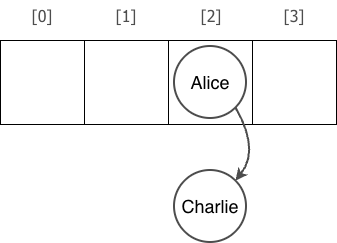
This is data_structures/chaining.png from lgreco/images, a draw.io export, as it was before one commit. Source tidied: cells renumbered, new cells last; positions are measured from the earlier drawing's top-left corner, leaving out a move shared by most shapes. Source of this version:
```xml
<mxGraphModel>
  <root>
    <mxCell id="0" />
    <mxCell id="1" parent="0" />
    <mxCell id="2" style="whiteSpace=wrap;html=1;fillColor=none;strokeWidth=1;" parent="1" vertex="1">
      <mxGeometry y="40" width="84" height="84" as="geometry" />
    </mxCell>
    <mxCell id="3" value="Charlie" style="ellipse;whiteSpace=wrap;html=1;fontSize=18;strokeWidth=2;strokeColor=#4D4D4D;" parent="1" vertex="1">
      <mxGeometry x="174" y="170" width="72" height="72" as="geometry" />
    </mxCell>
    <mxCell id="4" style="whiteSpace=wrap;html=1;fillColor=none;strokeWidth=1;" parent="1" vertex="1">
      <mxGeometry x="84" y="40" width="84" height="84" as="geometry" />
    </mxCell>
    <mxCell id="5" style="whiteSpace=wrap;html=1;fillColor=none;strokeWidth=1;" parent="1" vertex="1">
      <mxGeometry x="168" y="40" width="84" height="84" as="geometry" />
    </mxCell>
    <mxCell id="6" style="whiteSpace=wrap;html=1;fillColor=none;strokeWidth=1;" parent="1" vertex="1">
      <mxGeometry x="252" y="40" width="84" height="84" as="geometry" />
    </mxCell>
    <mxCell id="7" value="[0]" style="text;html=1;whiteSpace=wrap;strokeColor=none;fillColor=none;align=center;verticalAlign=middle;rounded=0;fontFamily=Tahoma;fontSize=16;fontColor=#4D4D4D;" parent="1" vertex="1">
      <mxGeometry x="12" width="60" height="30" as="geometry" />
    </mxCell>
    <mxCell id="8" value="[1]" style="text;html=1;whiteSpace=wrap;strokeColor=none;fillColor=none;align=center;verticalAlign=middle;rounded=0;fontFamily=Tahoma;fontSize=16;fontColor=#4D4D4D;" parent="1" vertex="1">
      <mxGeometry x="96" width="60" height="30" as="geometry" />
    </mxCell>
    <mxCell id="9" value="[2]" style="text;html=1;whiteSpace=wrap;strokeColor=none;fillColor=none;align=center;verticalAlign=middle;rounded=0;fontFamily=Tahoma;fontSize=16;fontColor=#4D4D4D;" parent="1" vertex="1">
      <mxGeometry x="181" width="60" height="30" as="geometry" />
    </mxCell>
    <mxCell id="10" value="[3]" style="text;html=1;whiteSpace=wrap;strokeColor=none;fillColor=none;align=center;verticalAlign=middle;rounded=0;fontFamily=Tahoma;fontSize=16;fontColor=#4D4D4D;" parent="1" vertex="1">
      <mxGeometry x="264" width="60" height="30" as="geometry" />
    </mxCell>
    <mxCell id="11" value="Alice" style="ellipse;whiteSpace=wrap;html=1;fontSize=18;strokeWidth=2;strokeColor=#4D4D4D;" parent="1" vertex="1">
      <mxGeometry x="174" y="46" width="72" height="72" as="geometry" />
    </mxCell>
    <mxCell id="12" style="endArrow=classic;html=1;rounded=0;exitX=1;exitY=1;exitDx=0;exitDy=0;entryX=1;entryY=0;entryDx=0;entryDy=0;curved=1;strokeWidth=2;strokeColor=#4D4D4D;" parent="1" edge="1" source="11" target="3">
      <mxGeometry relative="1" as="geometry">
        <Array as="points">
          <mxPoint x="260" y="150" />
        </Array>
      </mxGeometry>
    </mxCell>
  </root>
</mxGraphModel>
```
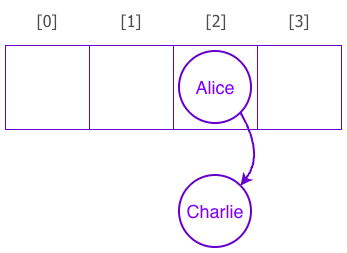
After the commit.

Change to the diagram source:
```diff
@@ -2,19 +2,19 @@
   <root>
     <mxCell id="0" />
     <mxCell id="1" parent="0" />
-    <mxCell id="2" style="whiteSpace=wrap;html=1;fillColor=none;strokeWidth=1;" parent="1" vertex="1">
+    <mxCell id="2" style="whiteSpace=wrap;html=1;fillColor=none;strokeWidth=1;strokeColor=#6600CC;" parent="1" vertex="1">
       <mxGeometry y="40" width="84" height="84" as="geometry" />
     </mxCell>
-    <mxCell id="3" value="Charlie" style="ellipse;whiteSpace=wrap;html=1;fontSize=18;strokeWidth=2;strokeColor=#4D4D4D;" parent="1" vertex="1">
+    <mxCell id="3" value="Charlie" style="ellipse;whiteSpace=wrap;html=1;fontSize=18;strokeWidth=2;strokeColor=#6600CC;fontColor=#7F00FF;" parent="1" vertex="1">
       <mxGeometry x="174" y="170" width="72" height="72" as="geometry" />
     </mxCell>
-    <mxCell id="4" style="whiteSpace=wrap;html=1;fillColor=none;strokeWidth=1;" parent="1" vertex="1">
+    <mxCell id="4" style="whiteSpace=wrap;html=1;fillColor=none;strokeWidth=1;strokeColor=#6600CC;" parent="1" vertex="1">
       <mxGeometry x="84" y="40" width="84" height="84" as="geometry" />
     </mxCell>
-    <mxCell id="5" style="whiteSpace=wrap;html=1;fillColor=none;strokeWidth=1;" parent="1" vertex="1">
+    <mxCell id="5" style="whiteSpace=wrap;html=1;fillColor=none;strokeWidth=1;strokeColor=#6600CC;" parent="1" vertex="1">
       <mxGeometry x="168" y="40" width="84" height="84" as="geometry" />
     </mxCell>
-    <mxCell id="6" style="whiteSpace=wrap;html=1;fillColor=none;strokeWidth=1;" parent="1" vertex="1">
+    <mxCell id="6" style="whiteSpace=wrap;html=1;fillColor=none;strokeWidth=1;strokeColor=#6600CC;" parent="1" vertex="1">
       <mxGeometry x="252" y="40" width="84" height="84" as="geometry" />
     </mxCell>
     <mxCell id="7" value="[0]" style="text;html=1;whiteSpace=wrap;strokeColor=none;fillColor=none;align=center;verticalAlign=middle;rounded=0;fontFamily=Tahoma;fontSize=16;fontColor=#4D4D4D;" parent="1" vertex="1">
@@ -29,10 +29,10 @@
     <mxCell id="10" value="[3]" style="text;html=1;whiteSpace=wrap;strokeColor=none;fillColor=none;align=center;verticalAlign=middle;rounded=0;fontFamily=Tahoma;fontSize=16;fontColor=#4D4D4D;" parent="1" vertex="1">
       <mxGeometry x="264" width="60" height="30" as="geometry" />
     </mxCell>
-    <mxCell id="11" value="Alice" style="ellipse;whiteSpace=wrap;html=1;fontSize=18;strokeWidth=2;strokeColor=#4D4D4D;" parent="1" vertex="1">
+    <mxCell id="11" value="Alice" style="ellipse;whiteSpace=wrap;html=1;fontSize=18;strokeWidth=2;strokeColor=#6600CC;fontColor=#7F00FF;" parent="1" vertex="1">
       <mxGeometry x="174" y="46" width="72" height="72" as="geometry" />
     </mxCell>
-    <mxCell id="12" style="endArrow=classic;html=1;rounded=0;exitX=1;exitY=1;exitDx=0;exitDy=0;entryX=1;entryY=0;entryDx=0;entryDy=0;curved=1;strokeWidth=2;strokeColor=#4D4D4D;" parent="1" edge="1" source="11" target="3">
+    <mxCell id="12" style="endArrow=classic;html=1;rounded=0;exitX=1;exitY=1;exitDx=0;exitDy=0;entryX=1;entryY=0;entryDx=0;entryDy=0;curved=1;strokeWidth=2;strokeColor=#6600CC;" parent="1" edge="1" source="11" target="3">
       <mxGeometry relative="1" as="geometry">
         <Array as="points">
           <mxPoint x="260" y="150" />
```
